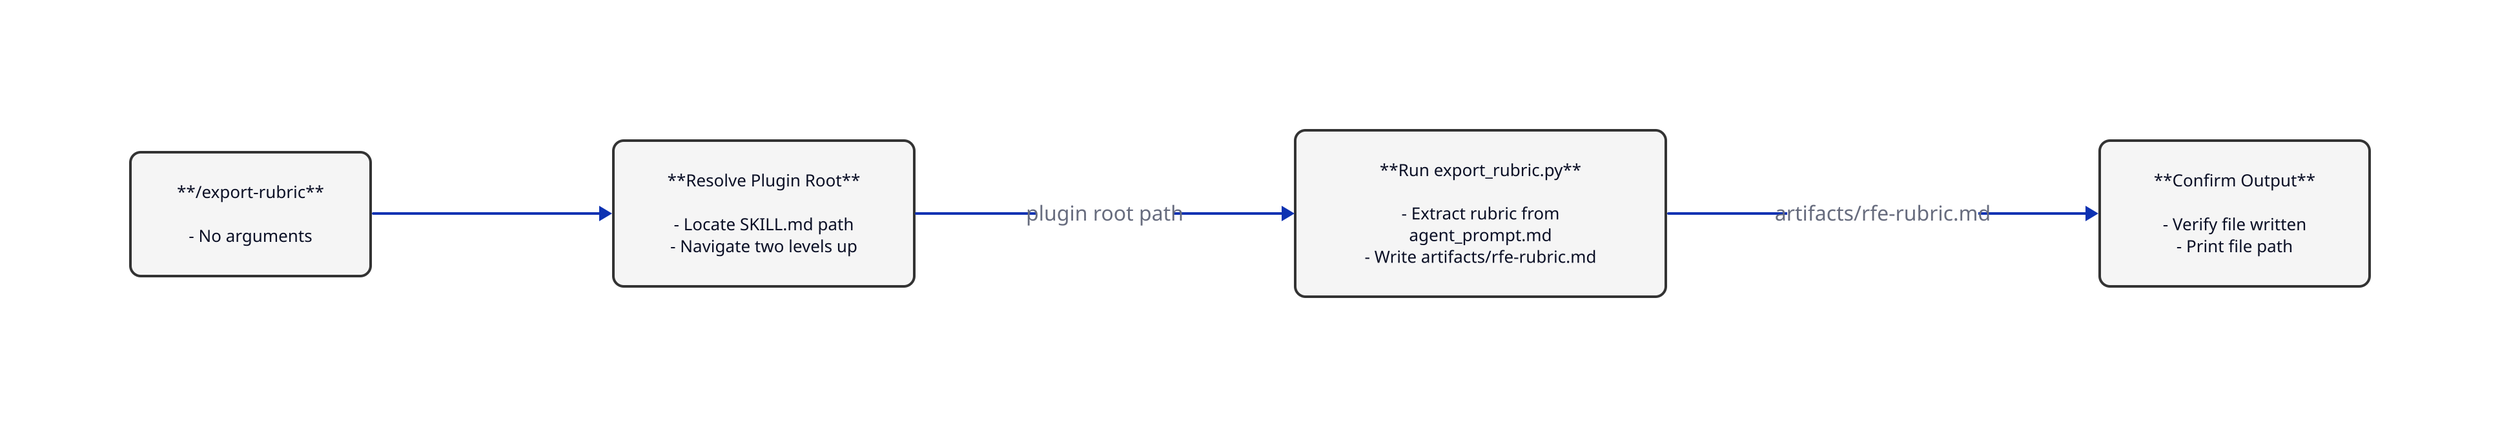
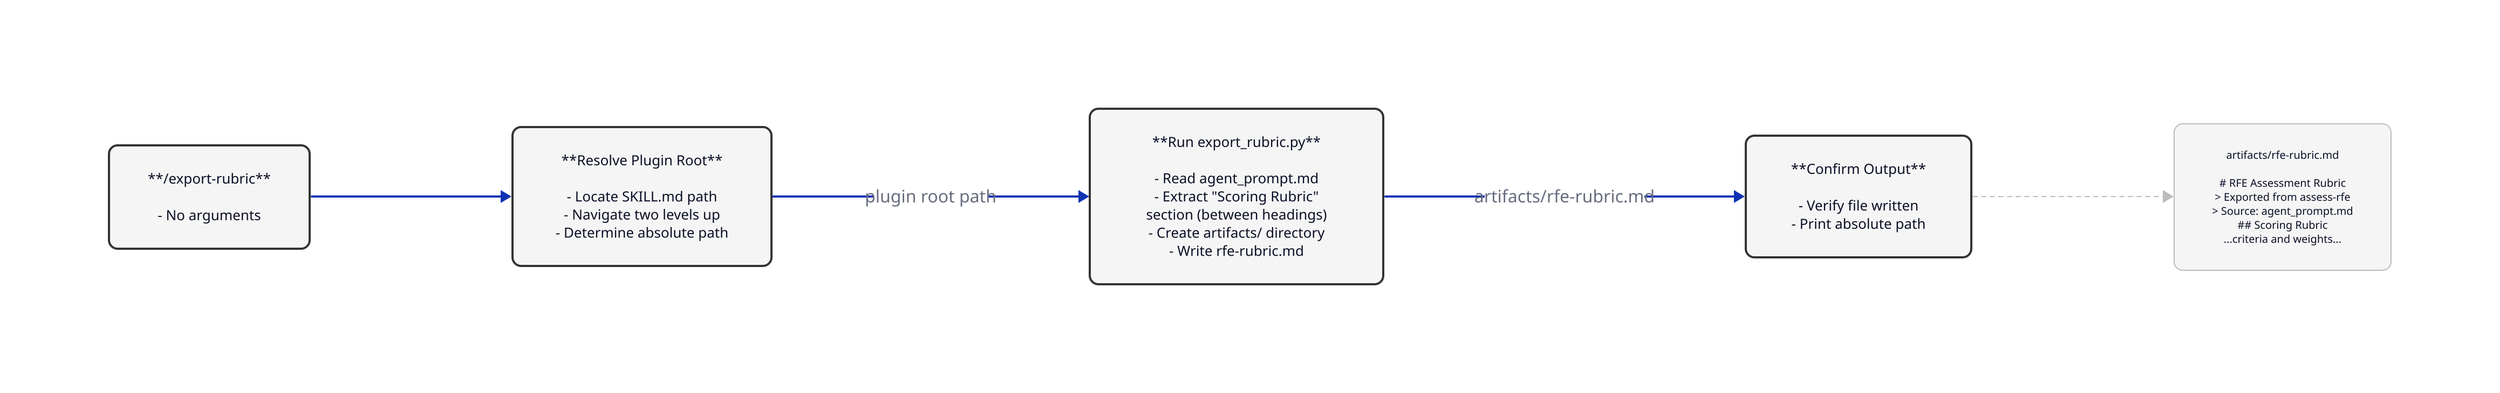
direction: right

*.style.border-radius: 8
*.style.font-size: 13
*.style.fill: "#f5f5f5"
*.style.stroke: "#333333"

# --- Entry ---

entry: |md
  **/export-rubric**

  - No arguments
| {
  shape: rectangle
  style.fill: "#f5f5f5"
  style.stroke: "#333333"
  style.stroke-width: 2
}

# --- Processing ---

resolve: |md
  **Resolve Plugin Root**

  - Locate SKILL.md path
  - Navigate two levels up
+   - Determine absolute path
| {
  shape: rectangle
  style.fill: "#f5f5f5"
  style.stroke: "#333333"
  style.stroke-width: 2
}

export: |md
  **Run export_rubric.py**

-   - Extract rubric from
-     agent_prompt.md
-   - Write artifacts/rfe-rubric.md
+   - Read agent_prompt.md
+   - Extract "Scoring Rubric"
+     section (between headings)
+   - Create artifacts/ directory
+   - Write rfe-rubric.md
| {
  shape: rectangle
  style.fill: "#f5f5f5"
  style.stroke: "#333333"
  style.stroke-width: 2
}

# --- Output ---

confirm: |md
  **Confirm Output**

  - Verify file written
-   - Print file path
+   - Print absolute path
| {
  shape: rectangle
  style.fill: "#f5f5f5"
  style.stroke: "#333333"
  style.stroke-width: 2
}

+ # --- Callout: output artifact ---
+ 
+ rubric-file: |md
+   artifacts/rfe-rubric.md
+ 
+   # RFE Assessment Rubric
+   > Exported from assess-rfe
+   > Source: agent_prompt.md
+   ## Scoring Rubric
+   ...criteria and weights...
+ | {
+   shape: rectangle
+   style.fill: "#f5f5f5"
+   style.stroke: "#bbbbbb"
+   style.stroke-width: 1
+   style.font: mono
+   style.font-size: 10
+ }
+ 
# --- Flow ---

entry -> resolve
resolve -> export: "plugin root path"
export -> confirm: "artifacts/rfe-rubric.md"
+ 
+ # --- Callout edge ---
+ 
+ confirm -> rubric-file: {
+   style.stroke: "#bbbbbb"
+   style.stroke-dash: 4
+   style.stroke-width: 1
+ }
